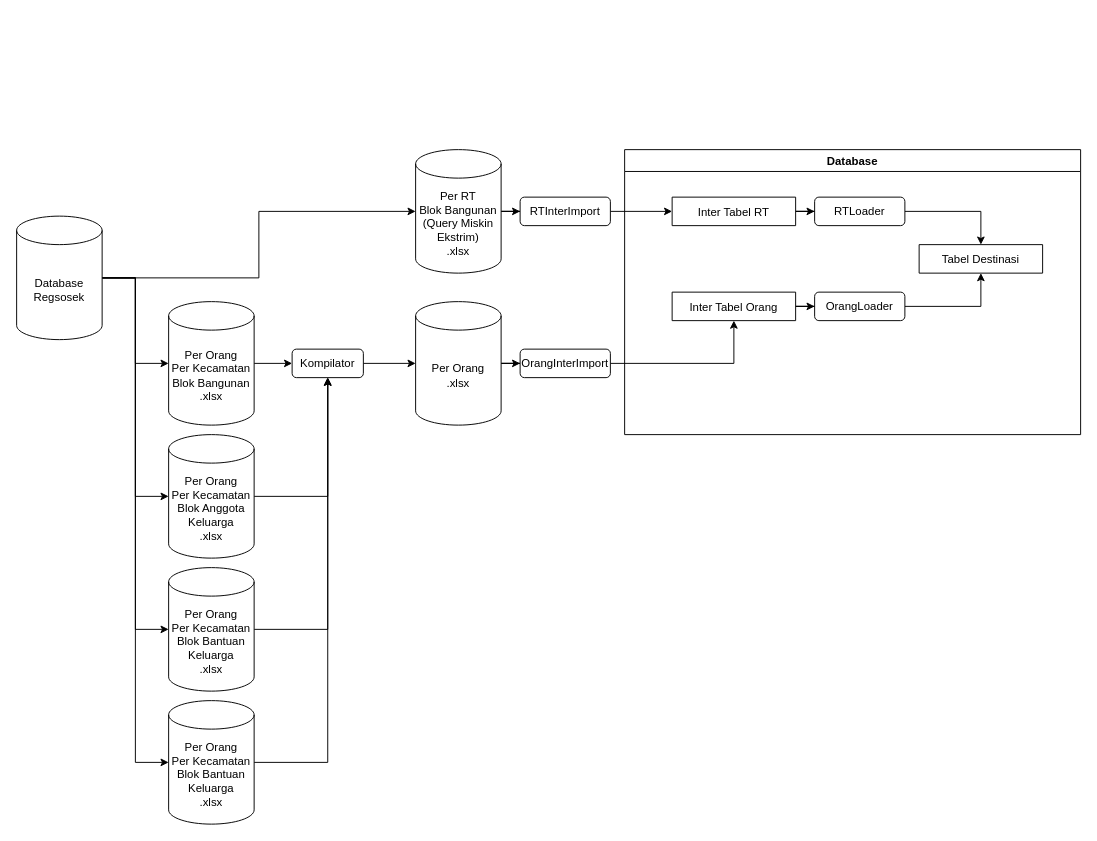
Above: page "ETL" (2 of 2) of Arsitektur.drawio in ihkaru/pemetaan (draw.io), before the change. Source tidied: cells renumbered, new cells numbered last; positions are measured from the earlier drawing's top-left corner, leaving out a move shared by most shapes. Both pictures are drawn from the tidied source at 95%, with x=0, y=0 at pixel (16, 149).
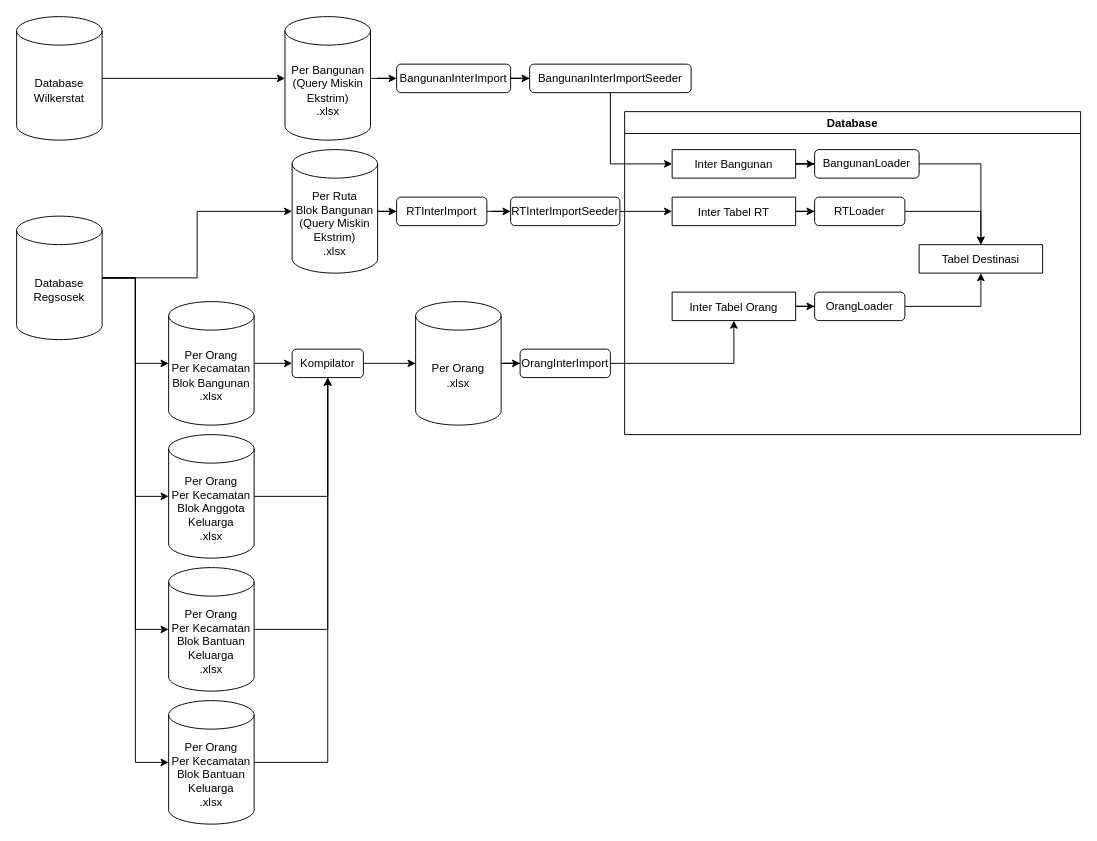
After the change.

Change to the diagram source:
```diff
@@
-    <mxCell id="3" value="Per RT&lt;br&gt;Blok Bangunan&lt;br&gt;(Query Miskin Ekstrim)&lt;br&gt;.xlsx" style="shape=cylinder3;whiteSpace=wrap;html=1;boundedLbl=1;backgroundOutline=1;size=15;" parent="1" vertex="1">
-      <mxGeometry x="420" width="90" height="130" as="geometry" />
+    <mxCell id="3" value="Per Ruta&lt;br&gt;Blok Bangunan&lt;br&gt;(Query Miskin Ekstrim)&lt;br&gt;.xlsx" style="shape=cylinder3;whiteSpace=wrap;html=1;boundedLbl=1;backgroundOutline=1;size=15;" parent="1" vertex="1">
+      <mxGeometry x="290" width="90" height="130" as="geometry" />
     </mxCell>
@@
-    <mxCell id="16" style="edgeStyle=orthogonalEdgeStyle;rounded=0;jettySize=auto;html=1;entryX=0;entryY=0.5;entryDx=0;entryDy=0;" parent="1" edge="1" source="17" target="28">
-      <mxGeometry relative="1" as="geometry" />
-    </mxCell>
+    <mxCell id="36" style="edgeStyle=orthogonalEdgeStyle;rounded=0;jettySize=auto;html=1;entryX=0;entryY=0.5;entryDx=0;entryDy=0;" parent="1" edge="1" source="17" target="42">
+      <mxGeometry relative="1" as="geometry" />
+    </mxCell>
     <mxCell id="17" value="RTInterImport" style="rounded=1;whiteSpace=wrap;html=1;" parent="1" vertex="1">
-      <mxGeometry x="530" y="50" width="95" height="30" as="geometry" />
+      <mxGeometry x="400" y="50" width="95" height="30" as="geometry" />
     </mxCell>
@@
     <mxCell id="26" value="Database" style="swimlane;" parent="1" vertex="1">
-      <mxGeometry x="640" width="480" height="300" as="geometry" />
+      <mxGeometry x="640" y="-40" width="480" height="340" as="geometry" />
     </mxCell>
@@
     <mxCell id="28" value="Inter Tabel RT" style="swimlane;fontStyle=0;horizontal=1;startSize=30;" parent="26" vertex="1" collapsed="1">
-      <mxGeometry x="50" y="50" width="130" height="30" as="geometry" />
+      <mxGeometry x="50" y="90" width="130" height="30" as="geometry" />
     </mxCell>
@@
     <mxCell id="30" value="Inter Tabel Orang" style="swimlane;fontStyle=0;horizontal=1;startSize=30;" parent="26" vertex="1" collapsed="1">
-      <mxGeometry x="50" y="150" width="130" height="30" as="geometry" />
+      <mxGeometry x="50" y="190" width="130" height="30" as="geometry" />
     </mxCell>
@@
     <mxCell id="32" value="RTLoader" style="rounded=1;whiteSpace=wrap;html=1;" parent="26" vertex="1">
-      <mxGeometry x="200" y="50" width="95" height="30" as="geometry" />
+      <mxGeometry x="200" y="90" width="95" height="30" as="geometry" />
     </mxCell>
@@
     <mxCell id="34" value="OrangLoader" style="rounded=1;whiteSpace=wrap;html=1;" parent="26" vertex="1">
-      <mxGeometry x="200" y="150" width="95" height="30" as="geometry" />
+      <mxGeometry x="200" y="190" width="95" height="30" as="geometry" />
     </mxCell>
     <mxCell id="35" value="Tabel Destinasi" style="swimlane;fontStyle=0;horizontal=1;startSize=30;" parent="26" vertex="1" collapsed="1">
-      <mxGeometry x="310" y="100" width="130" height="30" as="geometry" />
+      <mxGeometry x="310" y="140" width="130" height="30" as="geometry" />
     </mxCell>
+    <mxCell id="37" style="edgeStyle=orthogonalEdgeStyle;rounded=0;jettySize=auto;html=1;" parent="26" edge="1" source="38" target="40">
+      <mxGeometry relative="1" as="geometry" />
+    </mxCell>
+    <mxCell id="38" value="Inter Bangunan" style="swimlane;fontStyle=0;horizontal=1;startSize=30;" parent="26" vertex="1" collapsed="1">
+      <mxGeometry x="50" y="40" width="130" height="30" as="geometry" />
+    </mxCell>
+    <mxCell id="39" style="edgeStyle=orthogonalEdgeStyle;rounded=0;jettySize=auto;html=1;entryX=0.5;entryY=0;entryDx=0;entryDy=0;" parent="26" edge="1" source="40" target="35">
+      <mxGeometry relative="1" as="geometry">
+        <Array as="points">
+          <mxPoint x="375" y="55" />
+        </Array>
+      </mxGeometry>
+    </mxCell>
+    <mxCell id="40" value="BangunanLoader" style="rounded=1;whiteSpace=wrap;html=1;" parent="26" vertex="1">
+      <mxGeometry x="200" y="40" width="110" height="30" as="geometry" />
+    </mxCell>
+    <mxCell id="41" style="edgeStyle=orthogonalEdgeStyle;rounded=0;jettySize=auto;html=1;" parent="1" edge="1" source="42" target="28">
+      <mxGeometry relative="1" as="geometry" />
+    </mxCell>
+    <mxCell id="42" value="RTInterImportSeeder" style="rounded=1;whiteSpace=wrap;html=1;" parent="1" vertex="1">
+      <mxGeometry x="520" y="50" width="115" height="30" as="geometry" />
+    </mxCell>
+    <mxCell id="43" style="edgeStyle=orthogonalEdgeStyle;rounded=0;jettySize=auto;html=1;" parent="1" edge="1" source="44" target="46">
+      <mxGeometry relative="1" as="geometry" />
+    </mxCell>
+    <mxCell id="44" value="Database Wilkerstat" style="shape=cylinder3;whiteSpace=wrap;html=1;boundedLbl=1;backgroundOutline=1;size=15;" parent="1" vertex="1">
+      <mxGeometry y="-140" width="90" height="130" as="geometry" />
+    </mxCell>
+    <mxCell id="45" style="edgeStyle=orthogonalEdgeStyle;rounded=0;jettySize=auto;html=1;" parent="1" edge="1" source="46" target="48">
+      <mxGeometry relative="1" as="geometry" />
+    </mxCell>
+    <mxCell id="46" value="Per Bangunan&lt;br&gt;(Query Miskin Ekstrim)&lt;br&gt;.xlsx" style="shape=cylinder3;whiteSpace=wrap;html=1;boundedLbl=1;backgroundOutline=1;size=15;" parent="1" vertex="1">
+      <mxGeometry x="282.5" y="-140" width="90" height="130" as="geometry" />
+    </mxCell>
+    <mxCell id="47" style="edgeStyle=orthogonalEdgeStyle;rounded=0;jettySize=auto;html=1;" parent="1" edge="1" source="48" target="50">
+      <mxGeometry relative="1" as="geometry" />
+    </mxCell>
+    <mxCell id="48" value="BangunanInterImport" style="rounded=1;whiteSpace=wrap;html=1;" parent="1" vertex="1">
+      <mxGeometry x="400" y="-90" width="120" height="30" as="geometry" />
+    </mxCell>
+    <mxCell id="49" style="edgeStyle=orthogonalEdgeStyle;rounded=0;jettySize=auto;html=1;entryX=0;entryY=0.5;entryDx=0;entryDy=0;" parent="1" edge="1" source="50" target="38">
+      <mxGeometry relative="1" as="geometry" />
+    </mxCell>
+    <mxCell id="50" value="BangunanInterImportSeeder" style="rounded=1;whiteSpace=wrap;html=1;" parent="1" vertex="1">
+      <mxGeometry x="540" y="-90" width="170" height="30" as="geometry" />
+    </mxCell>
```
